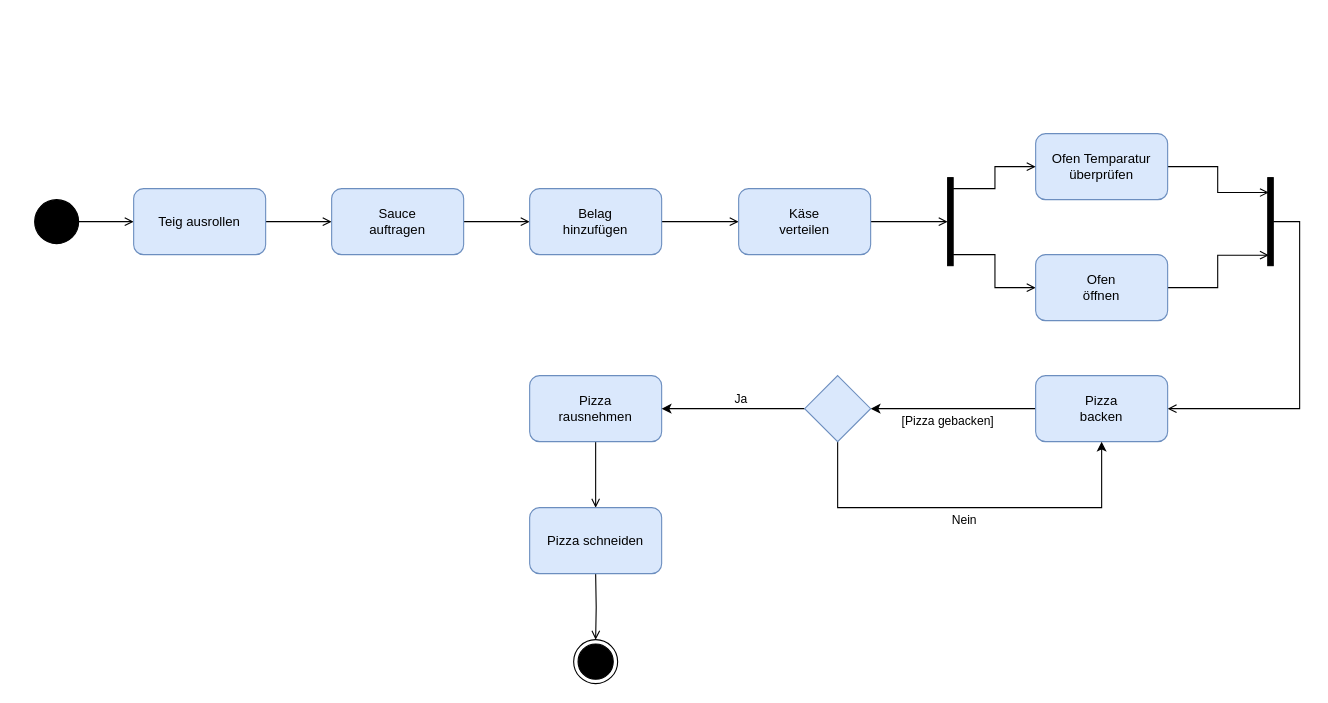
Before: pizza-zubereiten.drawio in therealfilko/uml, a draw.io diagram. Source tidied: cells renumbered, new cells numbered last; positions are measured from the earlier drawing's top-left corner, leaving out a move shared by most shapes. Both pictures are drawn from the tidied source at 110%, with x=0, y=0 at pixel (34, 133).
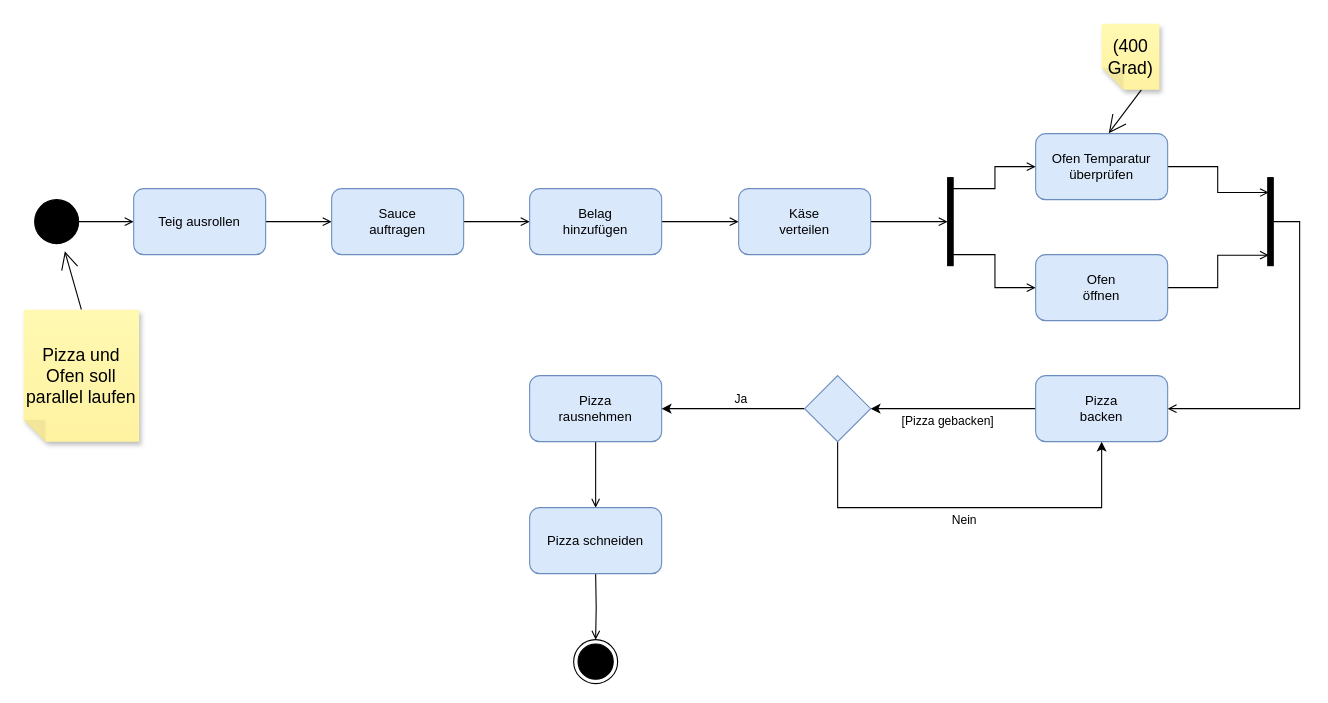
The same diagram, later.

Unchanged cells that the change refers to:
```xml
<mxCell id="3" style="ellipse;fillColor=strokeColor;" parent="1" vertex="1">
  <mxGeometry y="60" width="40" height="40" as="geometry" />
</mxCell>
<mxCell id="13" value="Ofen Temparatur&lt;br&gt;überprüfen" style="rounded=1;whiteSpace=wrap;html=1;fillColor=#dae8fc;strokeColor=#6c8ebf;" parent="1" vertex="1">
  <mxGeometry x="910" width="120" height="60" as="geometry" />
</mxCell>
```

Diff of the diagram source:
```diff
@@
+    <mxCell id="34" style="edgeStyle=none;curved=1;rounded=0;jettySize=auto;html=1;exitX=0.5;exitY=1;exitDx=0;exitDy=0;exitPerimeter=0;fontSize=12;endArrow=open;startSize=14;endSize=14;sourcePerimeterSpacing=8;targetPerimeterSpacing=8;" parent="1" edge="1" source="35" target="3">
+      <mxGeometry relative="1" as="geometry" />
+    </mxCell>
+    <mxCell id="35" value="Pizza und Ofen soll parallel laufen" style="shape=note;whiteSpace=wrap;html=1;backgroundOutline=1;fontColor=#000000;darkOpacity=0.05;fillColor=#FFF9B2;strokeColor=none;fillStyle=solid;direction=west;gradientDirection=north;gradientColor=#FFF2A1;shadow=1;size=20;fontSize=16;" parent="1" vertex="1">
+      <mxGeometry x="-10" y="160" width="105" height="120" as="geometry" />
+    </mxCell>
+    <mxCell id="36" style="edgeStyle=none;curved=1;rounded=0;jettySize=auto;html=1;exitX=0;exitY=0;exitDx=16.25;exitDy=0;exitPerimeter=0;entryX=0.554;entryY=-0.008;entryDx=0;entryDy=0;entryPerimeter=0;fontSize=12;endArrow=open;startSize=14;endSize=14;sourcePerimeterSpacing=8;targetPerimeterSpacing=8;" parent="1" edge="1" source="37" target="13">
+      <mxGeometry relative="1" as="geometry" />
+    </mxCell>
+    <mxCell id="37" value="(400 Grad)" style="shape=note;whiteSpace=wrap;html=1;backgroundOutline=1;fontColor=#000000;darkOpacity=0.05;fillColor=#FFF9B2;strokeColor=none;fillStyle=solid;direction=west;gradientDirection=north;gradientColor=#FFF2A1;shadow=1;size=20;fontSize=16;" parent="1" vertex="1">
+      <mxGeometry x="970" y="-100" width="52.5" height="60" as="geometry" />
+    </mxCell>
```
